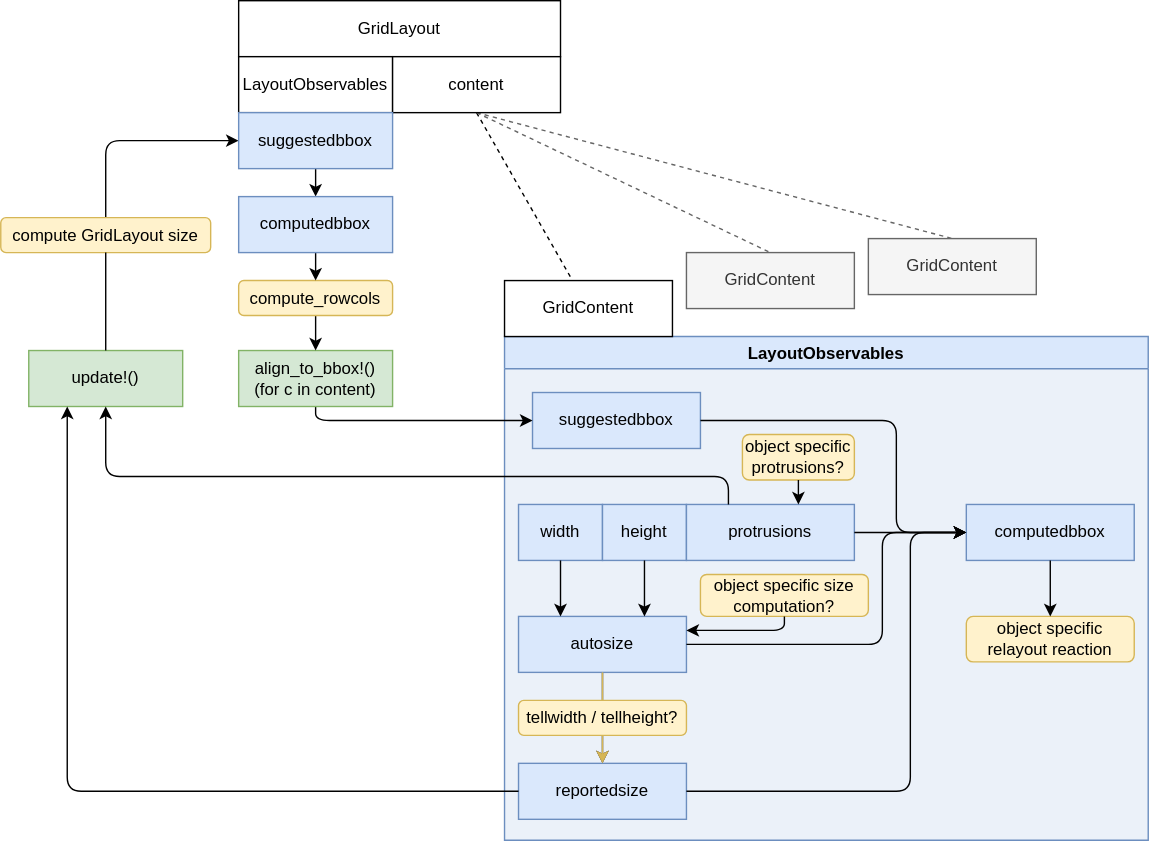
Before: gridlayout_updates.drawio.svg, a diagram exported from draw.io (jkrumbiegel/GridLayoutBase.jl). Source tidied: cells renumbered, new cells last; positions are measured from the earlier drawing's top-left corner, leaving out a move shared by most shapes.
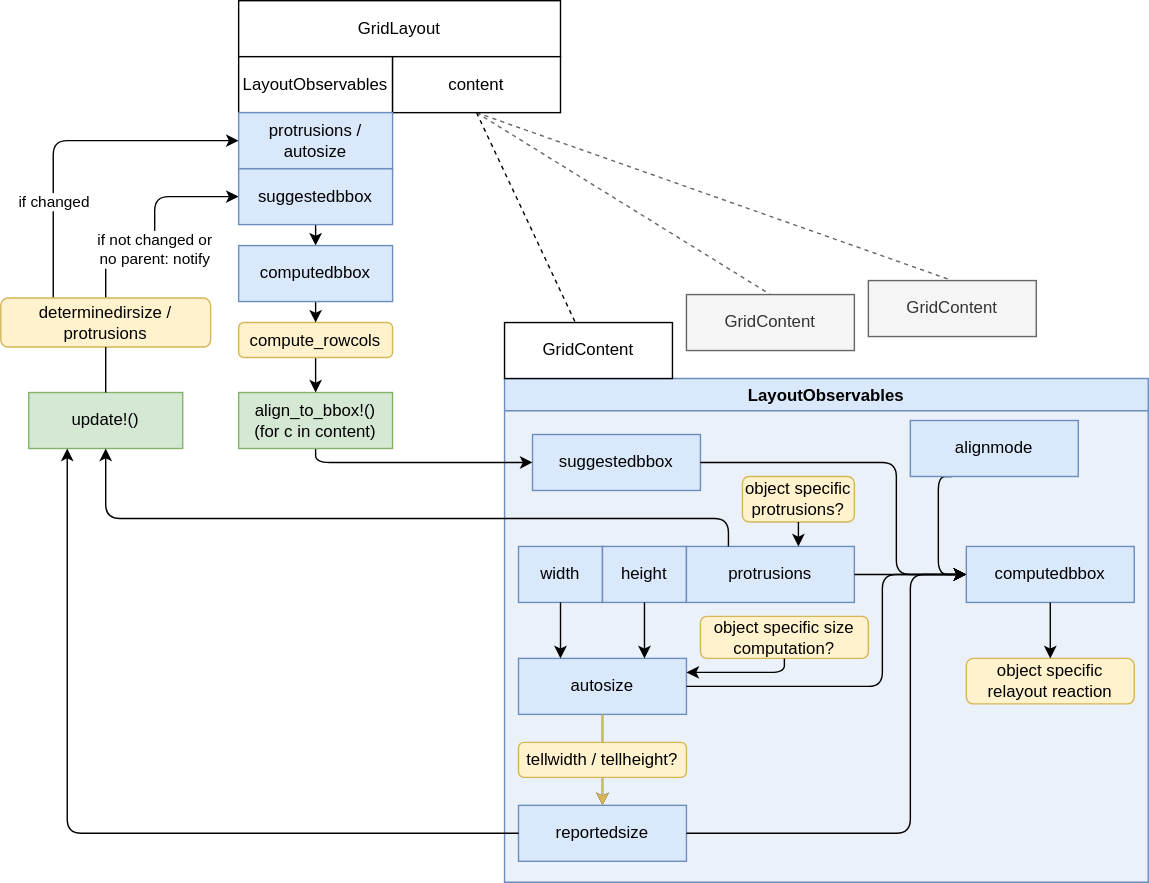
After the change.

Change to the diagram source:
```diff
@@ -92,21 +92,35 @@
     <mxCell id="25" style="edgeStyle=elbowEdgeStyle;html=1;entryX=0;entryY=0.5;entryDx=0;entryDy=0;exitX=1;exitY=0.5;exitDx=0;exitDy=0;" parent="2" edge="1" source="7" target="14">
       <mxGeometry relative="1" as="geometry" />
     </mxCell>
+    <mxCell id="49" style="edgeStyle=elbowEdgeStyle;html=1;exitX=0.25;exitY=1;exitDx=0;exitDy=0;entryX=0;entryY=0.5;entryDx=0;entryDy=0;" parent="2" edge="1" source="50" target="14">
+      <mxGeometry relative="1" as="geometry">
+        <Array as="points">
+          <mxPoint x="310" y="110" />
+        </Array>
+      </mxGeometry>
+    </mxCell>
+    <mxCell id="50" value="alignmode" style="rounded=0;whiteSpace=wrap;html=1;fillColor=#dae8fc;strokeColor=#6c8ebf;" parent="2" vertex="1">
+      <mxGeometry x="290" y="30" width="120" height="40" as="geometry" />
+    </mxCell>
     <mxCell id="26" value="GridLayout" style="rounded=0;whiteSpace=wrap;html=1;" parent="1" vertex="1">
-      <mxGeometry x="170" width="230" height="40" as="geometry" />
+      <mxGeometry x="170" y="-30" width="230" height="40" as="geometry" />
     </mxCell>
     <mxCell id="27" style="edgeStyle=orthogonalEdgeStyle;html=1;exitX=0.5;exitY=0;exitDx=0;exitDy=0;entryX=0;entryY=0.5;entryDx=0;entryDy=0;startArrow=none;" parent="1" edge="1" source="43" target="40">
       <mxGeometry relative="1" as="geometry">
         <Array as="points">
-          <mxPoint x="75" y="100" />
+          <mxPoint x="110" y="150" />
+          <mxPoint x="110" y="110" />
         </Array>
       </mxGeometry>
     </mxCell>
+    <mxCell id="51" value="if not changed or&lt;br&gt;no parent: notify" style="edgeLabel;html=1;align=center;verticalAlign=middle;" parent="27" vertex="1">
+      <mxGeometry x="-0.16" y="1" relative="1" as="geometry" />
+    </mxCell>
     <mxCell id="28" value="update!()" style="rounded=0;whiteSpace=wrap;html=1;fillColor=#d5e8d4;strokeColor=#82b366;" parent="1" vertex="1">
       <mxGeometry x="20" y="250" width="110" height="40" as="geometry" />
     </mxCell>
     <mxCell id="29" value="LayoutObservables" style="rounded=0;whiteSpace=wrap;html=1;" parent="1" vertex="1">
-      <mxGeometry x="170" y="40" width="110" height="40" as="geometry" />
+      <mxGeometry x="170" y="10" width="110" height="40" as="geometry" />
     </mxCell>
     <mxCell id="30" style="edgeStyle=orthogonalEdgeStyle;html=1;exitX=0.5;exitY=1;exitDx=0;exitDy=0;entryX=0;entryY=0.5;entryDx=0;entryDy=0;" parent="1" edge="1" source="31" target="3">
       <mxGeometry relative="1" as="geometry" />
@@ -124,7 +138,7 @@
       <mxGeometry relative="1" as="geometry" />
     </mxCell>
     <mxCell id="35" value="content" style="rounded=0;whiteSpace=wrap;html=1;" parent="1" vertex="1">
-      <mxGeometry x="280" y="40" width="120" height="40" as="geometry" />
+      <mxGeometry x="280" y="10" width="120" height="40" as="geometry" />
     </mxCell>
     <mxCell id="36" style="edgeStyle=orthogonalEdgeStyle;html=1;exitX=0;exitY=0.5;exitDx=0;exitDy=0;entryX=0.25;entryY=1;entryDx=0;entryDy=0;" parent="1" edge="1" source="12" target="28">
       <mxGeometry relative="1" as="geometry">
@@ -148,7 +162,7 @@
       <mxGeometry relative="1" as="geometry" />
     </mxCell>
     <mxCell id="40" value="suggestedbbox" style="rounded=0;whiteSpace=wrap;html=1;fillColor=#dae8fc;strokeColor=#6c8ebf;" parent="1" vertex="1">
-      <mxGeometry x="170" y="80" width="110" height="40" as="geometry" />
+      <mxGeometry x="170" y="90" width="110" height="40" as="geometry" />
     </mxCell>
     <mxCell id="41" value="GridContent" style="rounded=0;whiteSpace=wrap;html=1;fillColor=#f5f5f5;fontColor=#333333;strokeColor=#666666;" parent="1" vertex="1">
       <mxGeometry x="490" y="180" width="120" height="40" as="geometry" />
@@ -156,8 +170,20 @@
     <mxCell id="42" value="GridContent" style="rounded=0;whiteSpace=wrap;html=1;fillColor=#f5f5f5;fontColor=#333333;strokeColor=#666666;" parent="1" vertex="1">
       <mxGeometry x="620" y="170" width="120" height="40" as="geometry" />
     </mxCell>
+    <mxCell id="52" style="edgeStyle=elbowEdgeStyle;html=1;exitX=0.25;exitY=0;exitDx=0;exitDy=0;entryX=0;entryY=0.5;entryDx=0;entryDy=0;elbow=vertical;" parent="1" edge="1" source="43" target="54">
+      <mxGeometry relative="1" as="geometry">
+        <Array as="points">
+          <mxPoint x="38" y="70" />
+        </Array>
+      </mxGeometry>
+    </mxCell>
+    <mxCell id="53" value="if changed" style="edgeLabel;html=1;align=center;verticalAlign=middle;" parent="52" vertex="1">
+      <mxGeometry x="-0.44" y="1" relative="1" as="geometry">
+        <mxPoint x="1" as="offset" />
+      </mxGeometry>
+    </mxCell>
-    <mxCell id="43" value="compute GridLayout size" style="rounded=1;whiteSpace=wrap;html=1;fillColor=#fff2cc;strokeColor=#d6b656;" parent="1" vertex="1">
-      <mxGeometry y="155" width="150" height="25" as="geometry" />
+    <mxCell id="43" value="determinedirsize /&lt;br&gt;protrusions" style="rounded=1;whiteSpace=wrap;html=1;fillColor=#fff2cc;strokeColor=#d6b656;" parent="1" vertex="1">
+      <mxGeometry y="182.5" width="150" height="35" as="geometry" />
     </mxCell>
     <mxCell id="44" style="edgeStyle=orthogonalEdgeStyle;html=1;exitX=0.5;exitY=0;exitDx=0;exitDy=0;entryX=0.5;entryY=1;entryDx=0;entryDy=0;endArrow=none;" parent="1" edge="1" source="28" target="43">
       <mxGeometry relative="1" as="geometry" />
@@ -172,7 +198,10 @@
       <mxGeometry relative="1" as="geometry" />
     </mxCell>
     <mxCell id="48" value="computedbbox" style="rounded=0;whiteSpace=wrap;html=1;fillColor=#dae8fc;strokeColor=#6c8ebf;" parent="1" vertex="1">
-      <mxGeometry x="170" y="140" width="110" height="40" as="geometry" />
+      <mxGeometry x="170" y="145" width="110" height="40" as="geometry" />
     </mxCell>
+    <mxCell id="54" value="protrusions / autosize" style="rounded=0;whiteSpace=wrap;html=1;fillColor=#dae8fc;strokeColor=#6c8ebf;" parent="1" vertex="1">
+      <mxGeometry x="170" y="50" width="110" height="40" as="geometry" />
+    </mxCell>
   </root>
 </mxGraphModel>
```
